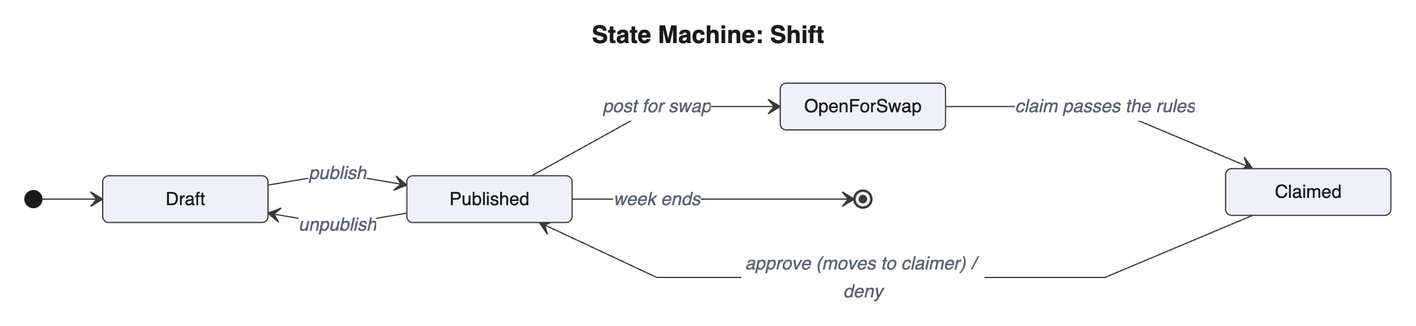
Before: diagrams/images/behavior/state_shift.png, a diagram exported from Mermaid (perfettiful/ShiftChex). Its source is kept beside it as diagrams/mmd/behavior/state_shift.mmd.
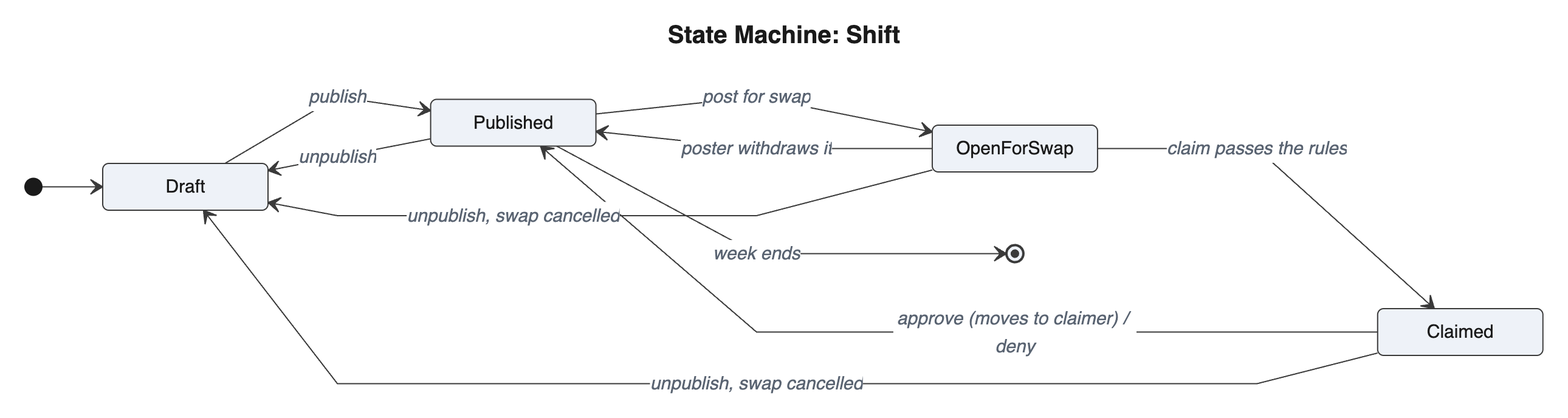
The same file after the commit.

What changed in the source:
```diff
@@ -7,6 +7,9 @@
     Draft --> Published : publish
     Published --> Draft : unpublish
     Published --> OpenForSwap : post for swap
+    OpenForSwap --> Published : poster withdraws it
     OpenForSwap --> Claimed : claim passes the rules
     Claimed --> Published : approve (moves to claimer) / deny
+    OpenForSwap --> Draft : unpublish, swap cancelled
+    Claimed --> Draft : unpublish, swap cancelled
     Published --> [*] : week ends
```
